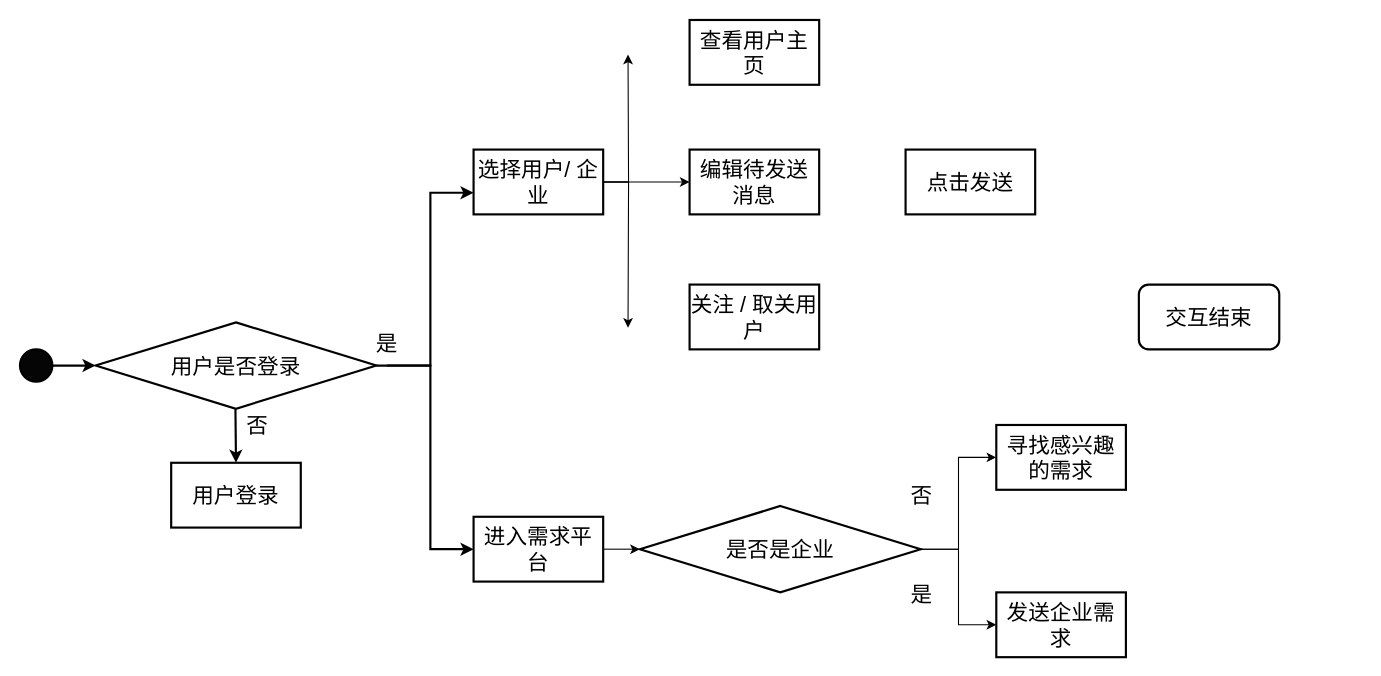
jongsh/drawio keeps this draw.io diagram as 2024-BUAA-SE/需求规格书/未命名绘图.drawio. Above is the earlier version. Source tidied: cells renumbered, new cells numbered last; positions are measured from the earlier drawing's top-left corner, leaving out a move shared by most shapes. Both pictures are drawn from the tidied source at 108%, with x=0, y=0 at pixel (19, 19).
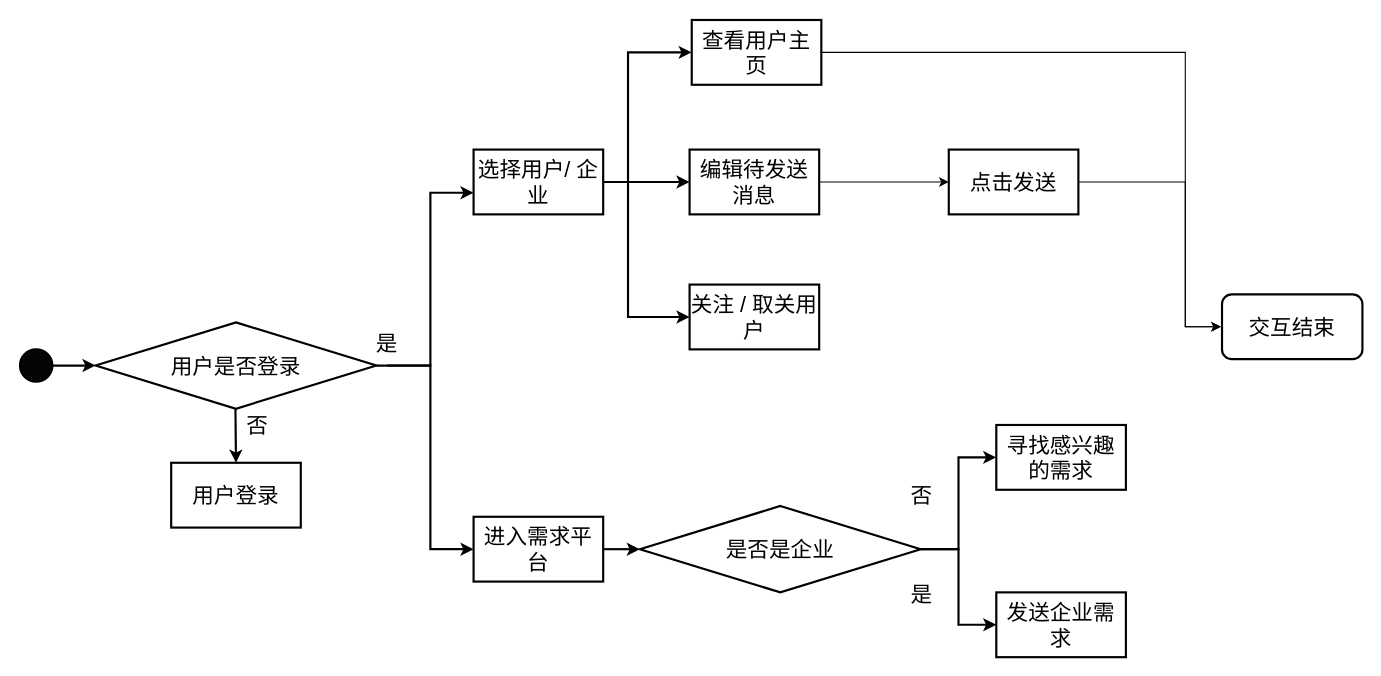
After the change.

Commit message:
更新用户交互模块流程图.drawio

The change refers to these unchanged cells:
```xml
<mxCell id="11" style="group;strokeWidth=2;" parent="1" vertex="1">
  <mxGeometry x="420" y="120" width="120" height="60" as="geometry" />
</mxCell>
<mxCell id="15" value="&lt;font style=&quot;font-size: 20px;&quot;&gt;选择用户/ 企业&lt;/font&gt;" style="rounded=0;whiteSpace=wrap;html=1;strokeWidth=2;" parent="11" vertex="1">
  <mxGeometry width="120" height="60" as="geometry" />
</mxCell>
<mxCell id="18" value="&lt;font style=&quot;font-size: 20px;&quot;&gt;查看用户主页&lt;/font&gt;" style="rounded=0;whiteSpace=wrap;html=1;strokeWidth=2;" parent="17" vertex="1">
  <mxGeometry width="120" height="60" as="geometry" />
</mxCell>
<mxCell id="19" style="group;strokeWidth=2;" parent="1" vertex="1">
  <mxGeometry x="420" y="460" width="120" height="60" as="geometry" />
</mxCell>
<mxCell id="21" value="&lt;font style=&quot;font-size: 20px;&quot;&gt;进入需求平台&lt;/font&gt;" style="rounded=0;whiteSpace=wrap;html=1;strokeWidth=2;" parent="19" vertex="1">
  <mxGeometry width="120" height="60" as="geometry" />
</mxCell>
<mxCell id="23" value="&lt;font style=&quot;font-size: 20px;&quot;&gt;是否是企业&lt;/font&gt;" style="rhombus;whiteSpace=wrap;html=1;strokeWidth=2;" parent="22" vertex="1">
  <mxGeometry width="260" height="80" as="geometry" />
</mxCell>
<mxCell id="25" value="&lt;font style=&quot;font-size: 20px;&quot;&gt;编辑待发送消息&lt;/font&gt;" style="rounded=0;whiteSpace=wrap;html=1;strokeWidth=2;" parent="24" vertex="1">
  <mxGeometry width="120" height="60" as="geometry" />
</mxCell>
<mxCell id="27" value="&lt;font style=&quot;font-size: 20px;&quot;&gt;寻找感兴趣的需求&lt;/font&gt;" style="rounded=0;whiteSpace=wrap;html=1;strokeWidth=2;" parent="1" vertex="1">
  <mxGeometry x="904" y="375" width="120" height="60" as="geometry" />
</mxCell>
<mxCell id="28" value="&lt;font style=&quot;font-size: 20px;&quot;&gt;发送企业需求&lt;/font&gt;" style="rounded=0;whiteSpace=wrap;html=1;strokeWidth=2;" parent="1" vertex="1">
  <mxGeometry x="904" y="530" width="120" height="60" as="geometry" />
</mxCell>
<mxCell id="30" value="&lt;font style=&quot;font-size: 20px;&quot;&gt;关注 / 取关用户&lt;/font&gt;" style="rounded=0;whiteSpace=wrap;html=1;strokeWidth=2;" parent="1" vertex="1">
  <mxGeometry x="620" y="245" width="120" height="60" as="geometry" />
</mxCell>
```

Diff of the diagram source:
```diff
@@
-    <mxCell id="13" style="edgeStyle=orthogonalEdgeStyle;rounded=0;jettySize=auto;html=1;" parent="11" edge="1" source="15">
-      <mxGeometry relative="1" as="geometry">
-        <mxPoint x="143" y="-88" as="targetPoint" />
-      </mxGeometry>
-    </mxCell>
-    <mxCell id="14" style="edgeStyle=orthogonalEdgeStyle;rounded=0;jettySize=auto;html=1;" parent="11" edge="1" source="15">
-      <mxGeometry relative="1" as="geometry">
-        <mxPoint x="143" y="165" as="targetPoint" />
-      </mxGeometry>
-    </mxCell>
@@
     <mxCell id="17" style="group;strokeWidth=2;" parent="1" vertex="1">
-      <mxGeometry x="620" width="120" height="60" as="geometry" />
+      <mxGeometry x="622" width="120" height="60" as="geometry" />
     </mxCell>
@@
-    <mxCell id="20" style="edgeStyle=orthogonalEdgeStyle;rounded=0;jettySize=auto;html=1;exitX=1;exitY=0.5;exitDx=0;exitDy=0;" parent="19" edge="1" source="21">
+    <mxCell id="20" style="edgeStyle=orthogonalEdgeStyle;rounded=0;jettySize=auto;html=1;exitX=1;exitY=0.5;exitDx=0;exitDy=0;strokeWidth=2;" parent="19" edge="1" source="21">
       <mxGeometry relative="1" as="geometry">
         <mxPoint x="154" y="30.2" as="targetPoint" />
       </mxGeometry>
     </mxCell>
@@
     <mxCell id="26" value="&lt;font style=&quot;font-size: 20px;&quot;&gt;交互结束&lt;/font&gt;" style="rounded=1;whiteSpace=wrap;html=1;strokeWidth=2;" parent="1" vertex="1">
-      <mxGeometry x="1036" y="245" width="130" height="60" as="geometry" />
+      <mxGeometry x="1113" y="254" width="130" height="60" as="geometry" />
     </mxCell>
@@
+    <mxCell id="37" style="edgeStyle=orthogonalEdgeStyle;rounded=0;jettySize=auto;html=1;exitX=1;exitY=0.5;exitDx=0;exitDy=0;entryX=0;entryY=0.5;entryDx=0;entryDy=0;" parent="1" edge="1" source="31">
+      <mxGeometry relative="1" as="geometry">
+        <mxPoint x="1112" y="284" as="targetPoint" />
+        <Array as="points">
+          <mxPoint x="1079" y="150" />
+          <mxPoint x="1079" y="284" />
+        </Array>
+      </mxGeometry>
+    </mxCell>
     <mxCell id="31" value="&lt;font style=&quot;font-size: 20px;&quot;&gt;点击发送&lt;/font&gt;" style="rounded=0;whiteSpace=wrap;html=1;strokeWidth=2;" parent="1" vertex="1">
-      <mxGeometry x="820" y="120" width="120" height="60" as="geometry" />
+      <mxGeometry x="860" y="120" width="120" height="60" as="geometry" />
     </mxCell>
-    <mxCell id="32" style="edgeStyle=orthogonalEdgeStyle;rounded=0;jettySize=auto;html=1;exitX=1;exitY=0.5;exitDx=0;exitDy=0;entryX=0;entryY=0.5;entryDx=0;entryDy=0;" parent="1" edge="1" source="23" target="28">
+    <mxCell id="32" style="edgeStyle=orthogonalEdgeStyle;rounded=0;jettySize=auto;html=1;exitX=1;exitY=0.5;exitDx=0;exitDy=0;entryX=0;entryY=0.5;entryDx=0;entryDy=0;strokeWidth=2;" parent="1" edge="1" source="23" target="28">
       <mxGeometry relative="1" as="geometry" />
     </mxCell>
-    <mxCell id="33" style="edgeStyle=orthogonalEdgeStyle;rounded=0;jettySize=auto;html=1;exitX=1;exitY=0.5;exitDx=0;exitDy=0;entryX=0;entryY=0.5;entryDx=0;entryDy=0;" parent="1" edge="1" source="23" target="27">
+    <mxCell id="33" style="edgeStyle=orthogonalEdgeStyle;rounded=0;jettySize=auto;html=1;exitX=1;exitY=0.5;exitDx=0;exitDy=0;entryX=0;entryY=0.5;entryDx=0;entryDy=0;strokeWidth=2;" parent="1" edge="1" source="23" target="27">
       <mxGeometry relative="1" as="geometry" />
     </mxCell>
-    <mxCell id="34" value="&lt;font style=&quot;font-size: 20px;&quot;&gt;是&lt;/font&gt;" style="text;html=1;align=center;verticalAlign=middle;whiteSpace=wrap;rounded=0;" parent="1" vertex="1">
+    <mxCell id="34" value="&lt;font style=&quot;font-size: 20px;&quot;&gt;是&lt;/font&gt;" style="text;html=1;align=center;verticalAlign=middle;whiteSpace=wrap;rounded=0;strokeWidth=2;" parent="1" vertex="1">
       <mxGeometry x="805" y="516" width="60" height="30" as="geometry" />
     </mxCell>
-    <mxCell id="35" value="&lt;font style=&quot;font-size: 20px;&quot;&gt;否&lt;/font&gt;" style="text;html=1;align=center;verticalAlign=middle;whiteSpace=wrap;rounded=0;" parent="1" vertex="1">
+    <mxCell id="35" value="&lt;font style=&quot;font-size: 20px;&quot;&gt;否&lt;/font&gt;" style="text;html=1;align=center;verticalAlign=middle;whiteSpace=wrap;rounded=0;strokeWidth=2;" parent="1" vertex="1">
       <mxGeometry x="805" y="425" width="60" height="30" as="geometry" />
     </mxCell>
-    <mxCell id="36" style="edgeStyle=orthogonalEdgeStyle;rounded=0;jettySize=auto;html=1;exitX=1;exitY=0.5;exitDx=0;exitDy=0;" parent="1" edge="1" source="15" target="25">
+    <mxCell id="36" style="edgeStyle=orthogonalEdgeStyle;rounded=0;jettySize=auto;html=1;exitX=1;exitY=0.5;exitDx=0;exitDy=0;strokeWidth=2;" parent="1" edge="1" source="15" target="25">
       <mxGeometry relative="1" as="geometry" />
     </mxCell>
+    <mxCell id="38" style="edgeStyle=orthogonalEdgeStyle;rounded=0;jettySize=auto;html=1;exitX=1;exitY=0.5;exitDx=0;exitDy=0;entryX=0;entryY=0.5;entryDx=0;entryDy=0;strokeWidth=2;" parent="1" edge="1" source="15" target="18">
+      <mxGeometry relative="1" as="geometry">
+        <Array as="points">
+          <mxPoint x="563" y="150" />
+          <mxPoint x="563" y="30" />
+        </Array>
+      </mxGeometry>
+    </mxCell>
+    <mxCell id="14" style="edgeStyle=orthogonalEdgeStyle;rounded=0;jettySize=auto;html=1;entryX=0;entryY=0.5;entryDx=0;entryDy=0;strokeWidth=2;" parent="1" edge="1" source="15" target="30">
+      <mxGeometry relative="1" as="geometry">
+        <Array as="points">
+          <mxPoint x="563" y="150" />
+          <mxPoint x="563" y="275" />
+        </Array>
+      </mxGeometry>
+    </mxCell>
+    <mxCell id="39" style="edgeStyle=orthogonalEdgeStyle;rounded=0;jettySize=auto;html=1;exitX=1;exitY=0.5;exitDx=0;exitDy=0;entryX=0;entryY=0.5;entryDx=0;entryDy=0;" parent="1" edge="1" source="25" target="31">
+      <mxGeometry relative="1" as="geometry" />
+    </mxCell>
+    <mxCell id="40" style="edgeStyle=orthogonalEdgeStyle;rounded=0;orthogonalLoop=1;jettySize=auto;html=1;exitX=1;exitY=0.5;exitDx=0;exitDy=0;entryX=0;entryY=0.5;entryDx=0;entryDy=0;" parent="1" edge="1">
+      <mxGeometry relative="1" as="geometry">
+        <mxPoint x="741" y="30" as="sourcePoint" />
+        <mxPoint x="1112" y="284" as="targetPoint" />
+        <Array as="points">
+          <mxPoint x="1079" y="30" />
+          <mxPoint x="1079" y="284" />
+        </Array>
+      </mxGeometry>
+    </mxCell>
```
